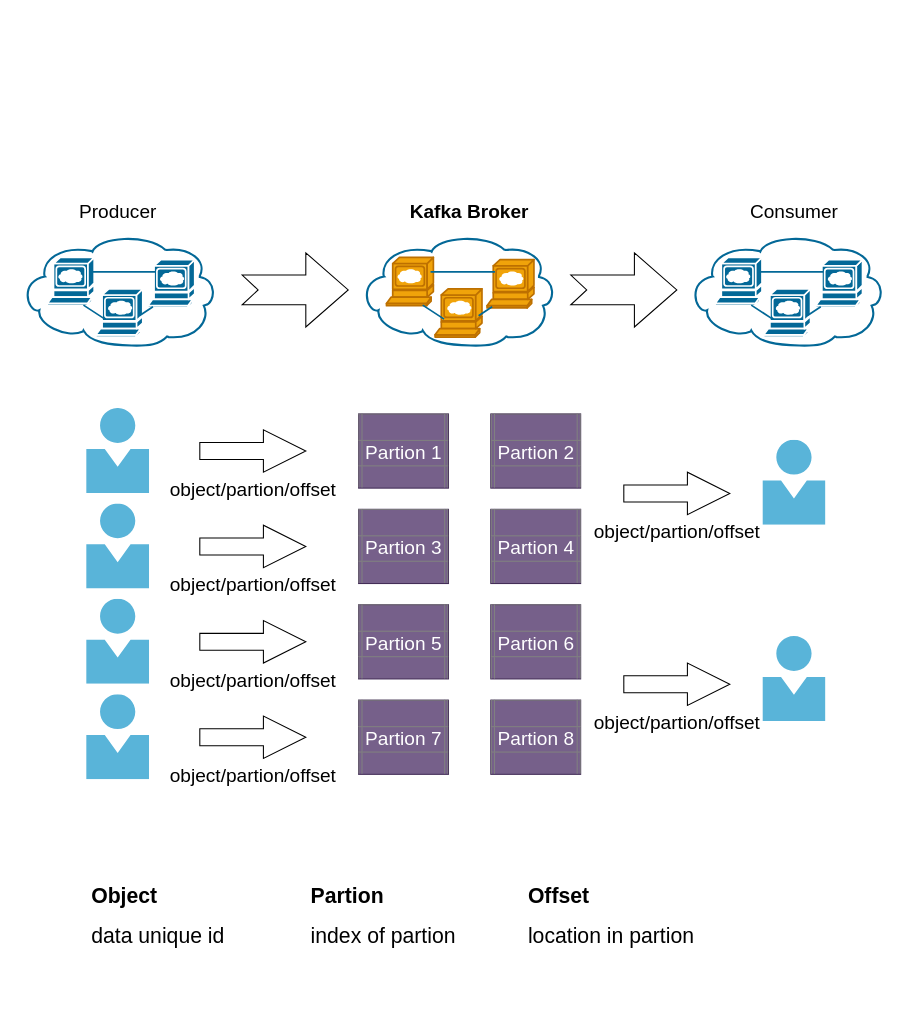
This is Kafka Rationale.drawio from xdlhzdh/drawio, a draw.io file, before an edit. Source tidied: cells renumbered, new cells numbered last; positions are measured from the earlier drawing's top-left corner, leaving out a move shared by most shapes. Both pictures are drawn from the tidied source at 106%, with x=0, y=0 at pixel (19, 201).
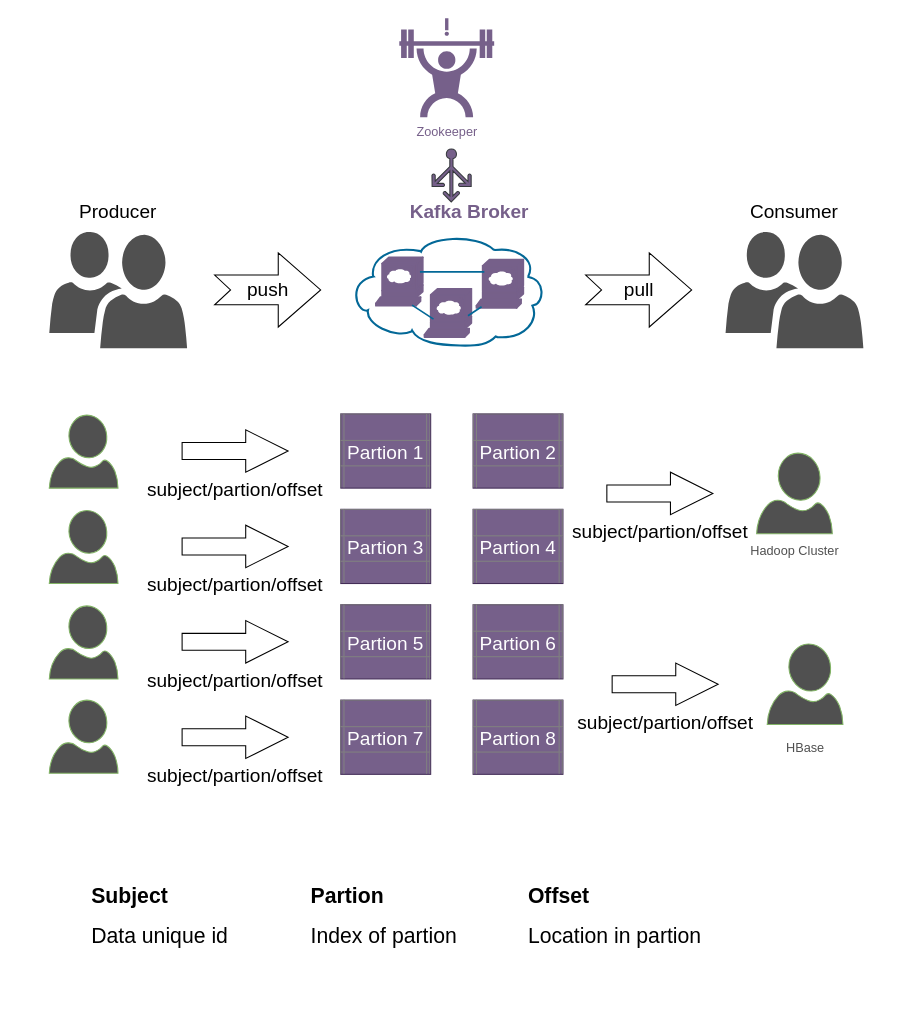
After the change.

The edit, as a diff of the source:
```diff
@@
-    <mxCell id="2" style="shape=mxgraph.cisco.storage.web_cluster;html=1;dashed=0;fillColor=#036897;strokeColor=#ffffff;strokeWidth=2;verticalLabelPosition=bottom;verticalAlign=top;" parent="1" vertex="1">
-      <mxGeometry y="30" width="186" height="106" as="geometry" />
-    </mxCell>
-    <mxCell id="3" style="shape=mxgraph.cisco.storage.web_cluster;html=1;dashed=0;fillColor=#f0a30a;strokeColor=#BD7000;strokeWidth=2;verticalLabelPosition=bottom;verticalAlign=top;fontColor=#ffffff;" parent="1" vertex="1">
-      <mxGeometry x="320" y="30" width="186" height="106" as="geometry" />
+    <mxCell id="3" style="shape=mxgraph.cisco.storage.web_cluster;html=1;dashed=0;fillColor=#76608A;strokeColor=#76608A;strokeWidth=2;verticalLabelPosition=bottom;verticalAlign=top;fontColor=#ffffff;" parent="1" vertex="1">
+      <mxGeometry x="310" y="30" width="186" height="106" as="geometry" />
     </mxCell>
-    <mxCell id="4" style="shape=mxgraph.cisco.storage.web_cluster;html=1;dashed=0;fillColor=#036897;strokeColor=#ffffff;strokeWidth=2;verticalLabelPosition=bottom;verticalAlign=top;" parent="1" vertex="1">
-      <mxGeometry x="630" y="30" width="186" height="106" as="geometry" />
-    </mxCell>
@@
-    <mxCell id="6" value="&lt;b&gt;Kafka Broker&lt;/b&gt;" style="text;html=1;strokeColor=none;fillColor=none;align=center;verticalAlign=middle;whiteSpace=wrap;rounded=0;fontSize=18;" parent="1" vertex="1">
+    <mxCell id="6" value="&lt;b&gt;&lt;font color=&quot;#76608a&quot;&gt;Kafka Broker&lt;/font&gt;&lt;/b&gt;" style="text;html=1;strokeColor=none;fillColor=none;align=center;verticalAlign=middle;whiteSpace=wrap;rounded=0;fontSize=18;" parent="1" vertex="1">
       <mxGeometry x="366" width="117" height="20" as="geometry" />
     </mxCell>
@@
-    <mxCell id="8" style="html=1;shadow=0;dashed=0;align=center;verticalAlign=middle;shape=mxgraph.arrows2.arrow;dy=0.6;dx=40;notch=15;fontSize=18;" parent="1" vertex="1">
-      <mxGeometry x="210" y="48" width="100" height="70" as="geometry" />
+    <mxCell id="8" value="push" style="html=1;shadow=0;dashed=0;align=center;verticalAlign=middle;shape=mxgraph.arrows2.arrow;dy=0.6;dx=40;notch=15;fontSize=18;" parent="1" vertex="1">
+      <mxGeometry x="184" y="48" width="100" height="70" as="geometry" />
     </mxCell>
-    <mxCell id="9" style="html=1;shadow=0;dashed=0;align=center;verticalAlign=middle;shape=mxgraph.arrows2.arrow;dy=0.6;dx=40;notch=15;fontSize=18;" parent="1" vertex="1">
-      <mxGeometry x="520" y="48" width="100" height="70" as="geometry" />
+    <mxCell id="9" value="pull" style="html=1;shadow=0;dashed=0;align=center;verticalAlign=middle;shape=mxgraph.arrows2.arrow;dy=0.6;dx=40;notch=15;fontSize=18;" parent="1" vertex="1">
+      <mxGeometry x="534" y="48" width="100" height="70" as="geometry" />
     </mxCell>
     <mxCell id="10" value="&lt;table border=&quot;1&quot; width=&quot;100%&quot; style=&quot;width: 100% ; height: 100% ; border-collapse: collapse&quot;&gt;&lt;tbody&gt;&lt;tr&gt;&lt;td align=&quot;center&quot;&gt;&lt;br&gt;&lt;/td&gt;&lt;td align=&quot;center&quot;&gt;&lt;br&gt;&lt;/td&gt;&lt;td align=&quot;center&quot;&gt;&lt;br&gt;&lt;/td&gt;&lt;/tr&gt;&lt;tr&gt;&lt;td align=&quot;center&quot;&gt;&lt;br&gt;&lt;/td&gt;&lt;td align=&quot;center&quot;&gt;Partion 1&lt;/td&gt;&lt;td align=&quot;center&quot;&gt;&lt;br&gt;&lt;/td&gt;&lt;/tr&gt;&lt;tr&gt;&lt;td align=&quot;center&quot;&gt;&lt;br&gt;&lt;/td&gt;&lt;td align=&quot;center&quot;&gt;&lt;br&gt;&lt;/td&gt;&lt;td align=&quot;center&quot;&gt;&lt;br&gt;&lt;/td&gt;&lt;/tr&gt;&lt;/tbody&gt;&lt;/table&gt;" style="text;html=1;strokeColor=#432D57;fillColor=#76608a;overflow=fill;fontSize=18;fontColor=#ffffff;" parent="1" vertex="1">
-      <mxGeometry x="319.8" y="200" width="84.8" height="70" as="geometry" />
+      <mxGeometry x="303" y="200" width="84.8" height="70" as="geometry" />
     </mxCell>
     <mxCell id="11" value="&lt;table border=&quot;1&quot; width=&quot;100%&quot; style=&quot;width: 100% ; height: 100% ; border-collapse: collapse&quot;&gt;&lt;tbody&gt;&lt;tr&gt;&lt;td align=&quot;center&quot;&gt;&lt;br&gt;&lt;/td&gt;&lt;td align=&quot;center&quot;&gt;&lt;br&gt;&lt;/td&gt;&lt;td align=&quot;center&quot;&gt;&lt;br&gt;&lt;/td&gt;&lt;/tr&gt;&lt;tr&gt;&lt;td align=&quot;center&quot;&gt;&lt;br&gt;&lt;/td&gt;&lt;td align=&quot;center&quot;&gt;Partion 3&lt;/td&gt;&lt;td align=&quot;center&quot;&gt;&lt;br&gt;&lt;/td&gt;&lt;/tr&gt;&lt;tr&gt;&lt;td align=&quot;center&quot;&gt;&lt;br&gt;&lt;/td&gt;&lt;td align=&quot;center&quot;&gt;&lt;br&gt;&lt;/td&gt;&lt;td align=&quot;center&quot;&gt;&lt;br&gt;&lt;/td&gt;&lt;/tr&gt;&lt;/tbody&gt;&lt;/table&gt;" style="text;html=1;strokeColor=#432D57;fillColor=#76608a;overflow=fill;fontSize=18;fontColor=#ffffff;" parent="1" vertex="1">
-      <mxGeometry x="319.8" y="290" width="84.8" height="70" as="geometry" />
+      <mxGeometry x="303" y="290" width="84.8" height="70" as="geometry" />
     </mxCell>
     <mxCell id="12" value="&lt;table border=&quot;1&quot; width=&quot;100%&quot; style=&quot;width: 100% ; height: 100% ; border-collapse: collapse&quot;&gt;&lt;tbody&gt;&lt;tr&gt;&lt;td align=&quot;center&quot;&gt;&lt;br&gt;&lt;/td&gt;&lt;td align=&quot;center&quot;&gt;&lt;br&gt;&lt;/td&gt;&lt;td align=&quot;center&quot;&gt;&lt;br&gt;&lt;/td&gt;&lt;/tr&gt;&lt;tr&gt;&lt;td align=&quot;center&quot;&gt;&lt;br&gt;&lt;/td&gt;&lt;td align=&quot;center&quot;&gt;Partion 5&lt;/td&gt;&lt;td align=&quot;center&quot;&gt;&lt;br&gt;&lt;/td&gt;&lt;/tr&gt;&lt;tr&gt;&lt;td align=&quot;center&quot;&gt;&lt;br&gt;&lt;/td&gt;&lt;td align=&quot;center&quot;&gt;&lt;br&gt;&lt;/td&gt;&lt;td align=&quot;center&quot;&gt;&lt;br&gt;&lt;/td&gt;&lt;/tr&gt;&lt;/tbody&gt;&lt;/table&gt;" style="text;html=1;strokeColor=#432D57;fillColor=#76608a;overflow=fill;fontSize=18;fontColor=#ffffff;" parent="1" vertex="1">
-      <mxGeometry x="319.8" y="380" width="84.8" height="70" as="geometry" />
+      <mxGeometry x="303" y="380" width="84.8" height="70" as="geometry" />
     </mxCell>
     <mxCell id="13" value="&lt;table border=&quot;1&quot; width=&quot;100%&quot; style=&quot;width: 100% ; height: 100% ; border-collapse: collapse&quot;&gt;&lt;tbody&gt;&lt;tr&gt;&lt;td align=&quot;center&quot;&gt;&lt;br&gt;&lt;/td&gt;&lt;td align=&quot;center&quot;&gt;&lt;br&gt;&lt;/td&gt;&lt;td align=&quot;center&quot;&gt;&lt;br&gt;&lt;/td&gt;&lt;/tr&gt;&lt;tr&gt;&lt;td align=&quot;center&quot;&gt;&lt;br&gt;&lt;/td&gt;&lt;td align=&quot;center&quot;&gt;Partion 7&lt;/td&gt;&lt;td align=&quot;center&quot;&gt;&lt;br&gt;&lt;/td&gt;&lt;/tr&gt;&lt;tr&gt;&lt;td align=&quot;center&quot;&gt;&lt;br&gt;&lt;/td&gt;&lt;td align=&quot;center&quot;&gt;&lt;br&gt;&lt;/td&gt;&lt;td align=&quot;center&quot;&gt;&lt;br&gt;&lt;/td&gt;&lt;/tr&gt;&lt;/tbody&gt;&lt;/table&gt;" style="text;html=1;strokeColor=#432D57;fillColor=#76608a;overflow=fill;fontSize=18;fontColor=#ffffff;" parent="1" vertex="1">
-      <mxGeometry x="319.8" y="470" width="84.8" height="70" as="geometry" />
+      <mxGeometry x="303" y="470" width="84.8" height="70" as="geometry" />
     </mxCell>
     <mxCell id="14" value="&lt;table border=&quot;1&quot; width=&quot;100%&quot; style=&quot;width: 100% ; height: 100% ; border-collapse: collapse&quot;&gt;&lt;tbody&gt;&lt;tr&gt;&lt;td align=&quot;center&quot;&gt;&lt;br&gt;&lt;/td&gt;&lt;td align=&quot;center&quot;&gt;&lt;br&gt;&lt;/td&gt;&lt;td align=&quot;center&quot;&gt;&lt;br&gt;&lt;/td&gt;&lt;/tr&gt;&lt;tr&gt;&lt;td align=&quot;center&quot;&gt;&lt;br&gt;&lt;/td&gt;&lt;td align=&quot;center&quot;&gt;Partion 2&lt;/td&gt;&lt;td align=&quot;center&quot;&gt;&lt;br&gt;&lt;/td&gt;&lt;/tr&gt;&lt;tr&gt;&lt;td align=&quot;center&quot;&gt;&lt;br&gt;&lt;/td&gt;&lt;td align=&quot;center&quot;&gt;&lt;br&gt;&lt;/td&gt;&lt;td align=&quot;center&quot;&gt;&lt;br&gt;&lt;/td&gt;&lt;/tr&gt;&lt;/tbody&gt;&lt;/table&gt;" style="text;html=1;strokeColor=#432D57;fillColor=#76608a;overflow=fill;fontSize=18;fontColor=#ffffff;" parent="1" vertex="1">
-      <mxGeometry x="444.5" y="200" width="84.8" height="70" as="geometry" />
+      <mxGeometry x="427.8" y="200" width="84.8" height="70" as="geometry" />
     </mxCell>
     <mxCell id="15" value="&lt;table border=&quot;1&quot; width=&quot;100%&quot; style=&quot;width: 100% ; height: 100% ; border-collapse: collapse&quot;&gt;&lt;tbody&gt;&lt;tr&gt;&lt;td align=&quot;center&quot;&gt;&lt;br&gt;&lt;/td&gt;&lt;td align=&quot;center&quot;&gt;&lt;br&gt;&lt;/td&gt;&lt;td align=&quot;center&quot;&gt;&lt;br&gt;&lt;/td&gt;&lt;/tr&gt;&lt;tr&gt;&lt;td align=&quot;center&quot;&gt;&lt;br&gt;&lt;/td&gt;&lt;td align=&quot;center&quot;&gt;Partion 4&lt;/td&gt;&lt;td align=&quot;center&quot;&gt;&lt;br&gt;&lt;/td&gt;&lt;/tr&gt;&lt;tr&gt;&lt;td align=&quot;center&quot;&gt;&lt;br&gt;&lt;/td&gt;&lt;td align=&quot;center&quot;&gt;&lt;br&gt;&lt;/td&gt;&lt;td align=&quot;center&quot;&gt;&lt;br&gt;&lt;/td&gt;&lt;/tr&gt;&lt;/tbody&gt;&lt;/table&gt;" style="text;html=1;strokeColor=#432D57;fillColor=#76608a;overflow=fill;fontSize=18;fontColor=#ffffff;" parent="1" vertex="1">
-      <mxGeometry x="444.5" y="290" width="84.8" height="70" as="geometry" />
+      <mxGeometry x="427.8" y="290" width="84.8" height="70" as="geometry" />
     </mxCell>
     <mxCell id="16" value="&lt;table border=&quot;1&quot; width=&quot;100%&quot; style=&quot;width: 100% ; height: 100% ; border-collapse: collapse&quot;&gt;&lt;tbody&gt;&lt;tr&gt;&lt;td align=&quot;center&quot;&gt;&lt;br&gt;&lt;/td&gt;&lt;td align=&quot;center&quot;&gt;&lt;br&gt;&lt;/td&gt;&lt;td align=&quot;center&quot;&gt;&lt;br&gt;&lt;/td&gt;&lt;/tr&gt;&lt;tr&gt;&lt;td align=&quot;center&quot;&gt;&lt;br&gt;&lt;/td&gt;&lt;td align=&quot;center&quot;&gt;Partion 6&lt;/td&gt;&lt;td align=&quot;center&quot;&gt;&lt;br&gt;&lt;/td&gt;&lt;/tr&gt;&lt;tr&gt;&lt;td align=&quot;center&quot;&gt;&lt;br&gt;&lt;/td&gt;&lt;td align=&quot;center&quot;&gt;&lt;br&gt;&lt;/td&gt;&lt;td align=&quot;center&quot;&gt;&lt;br&gt;&lt;/td&gt;&lt;/tr&gt;&lt;/tbody&gt;&lt;/table&gt;" style="text;html=1;strokeColor=#432D57;fillColor=#76608a;overflow=fill;fontSize=18;fontColor=#ffffff;" parent="1" vertex="1">
-      <mxGeometry x="444.5" y="380" width="84.8" height="70" as="geometry" />
+      <mxGeometry x="427.8" y="380" width="84.8" height="70" as="geometry" />
     </mxCell>
     <mxCell id="17" value="&lt;table border=&quot;1&quot; width=&quot;100%&quot; style=&quot;width: 100% ; height: 100% ; border-collapse: collapse&quot;&gt;&lt;tbody&gt;&lt;tr&gt;&lt;td align=&quot;center&quot;&gt;&lt;br&gt;&lt;/td&gt;&lt;td align=&quot;center&quot;&gt;&lt;br&gt;&lt;/td&gt;&lt;td align=&quot;center&quot;&gt;&lt;br&gt;&lt;/td&gt;&lt;/tr&gt;&lt;tr&gt;&lt;td align=&quot;center&quot;&gt;&lt;br&gt;&lt;/td&gt;&lt;td align=&quot;center&quot;&gt;Partion 8&lt;/td&gt;&lt;td align=&quot;center&quot;&gt;&lt;br&gt;&lt;/td&gt;&lt;/tr&gt;&lt;tr&gt;&lt;td align=&quot;center&quot;&gt;&lt;br&gt;&lt;/td&gt;&lt;td align=&quot;center&quot;&gt;&lt;br&gt;&lt;/td&gt;&lt;td align=&quot;center&quot;&gt;&lt;br&gt;&lt;/td&gt;&lt;/tr&gt;&lt;/tbody&gt;&lt;/table&gt;" style="text;html=1;strokeColor=#432D57;fillColor=#76608a;overflow=fill;fontSize=18;fontColor=#ffffff;" parent="1" vertex="1">
-      <mxGeometry x="444.5" y="470" width="84.8" height="70" as="geometry" />
+      <mxGeometry x="427.8" y="470" width="84.8" height="70" as="geometry" />
     </mxCell>
-    <mxCell id="18" style="html=1;align=center;image;fontSize=12;image=img/lib/mscae/Person.svg;" parent="1" vertex="1">
-      <mxGeometry x="63.3" y="194.9" width="59.4" height="80.2" as="geometry" />
-    </mxCell>
-    <mxCell id="19" value="object/partion/offset" style="verticalLabelPosition=bottom;verticalAlign=top;html=1;strokeWidth=1;shape=mxgraph.arrows2.arrow;dy=0.6;dx=40;notch=0;fontSize=18;" parent="1" vertex="1">
-      <mxGeometry x="170" y="215" width="100" height="40" as="geometry" />
+    <mxCell id="19" value="subject/partion/offset" style="verticalLabelPosition=bottom;verticalAlign=top;html=1;strokeWidth=1;shape=mxgraph.arrows2.arrow;dy=0.6;dx=40;notch=0;fontSize=18;" parent="1" vertex="1">
+      <mxGeometry x="153.3" y="215" width="100" height="40" as="geometry" />
     </mxCell>
-    <mxCell id="20" style="html=1;align=center;image;fontSize=12;image=img/lib/mscae/Person.svg;" parent="1" vertex="1">
-      <mxGeometry x="63.3" y="284.9" width="59.4" height="80.2" as="geometry" />
-    </mxCell>
-    <mxCell id="21" style="html=1;align=center;image;fontSize=12;image=img/lib/mscae/Person.svg;" parent="1" vertex="1">
-      <mxGeometry x="63.3" y="374.9" width="59.4" height="80.2" as="geometry" />
-    </mxCell>
-    <mxCell id="22" style="html=1;align=center;image;fontSize=12;image=img/lib/mscae/Person.svg;" parent="1" vertex="1">
-      <mxGeometry x="63.3" y="464.9" width="59.4" height="80.2" as="geometry" />
-    </mxCell>
-    <mxCell id="23" value="object/partion/offset" style="verticalLabelPosition=bottom;verticalAlign=top;html=1;strokeWidth=1;shape=mxgraph.arrows2.arrow;dy=0.6;dx=40;notch=0;fontSize=18;" parent="1" vertex="1">
-      <mxGeometry x="170" y="305" width="100" height="40" as="geometry" />
+    <mxCell id="23" value="subject/partion/offset" style="verticalLabelPosition=bottom;verticalAlign=top;html=1;strokeWidth=1;shape=mxgraph.arrows2.arrow;dy=0.6;dx=40;notch=0;fontSize=18;" parent="1" vertex="1">
+      <mxGeometry x="153.3" y="305" width="100" height="40" as="geometry" />
     </mxCell>
-    <mxCell id="24" value="object/partion/offset" style="verticalLabelPosition=bottom;verticalAlign=top;html=1;strokeWidth=1;shape=mxgraph.arrows2.arrow;dy=0.6;dx=40;notch=0;fontSize=18;" parent="1" vertex="1">
-      <mxGeometry x="170" y="395" width="100" height="40" as="geometry" />
+    <mxCell id="24" value="subject/partion/offset" style="verticalLabelPosition=bottom;verticalAlign=top;html=1;strokeWidth=1;shape=mxgraph.arrows2.arrow;dy=0.6;dx=40;notch=0;fontSize=18;" parent="1" vertex="1">
+      <mxGeometry x="153.3" y="395" width="100" height="40" as="geometry" />
     </mxCell>
-    <mxCell id="25" value="object/partion/offset" style="verticalLabelPosition=bottom;verticalAlign=top;html=1;strokeWidth=1;shape=mxgraph.arrows2.arrow;dy=0.6;dx=40;notch=0;fontSize=18;" parent="1" vertex="1">
-      <mxGeometry x="170" y="485" width="100" height="40" as="geometry" />
+    <mxCell id="25" value="subject/partion/offset" style="verticalLabelPosition=bottom;verticalAlign=top;html=1;strokeWidth=1;shape=mxgraph.arrows2.arrow;dy=0.6;dx=40;notch=0;fontSize=18;" parent="1" vertex="1">
+      <mxGeometry x="153.3" y="485" width="100" height="40" as="geometry" />
     </mxCell>
-    <mxCell id="26" style="html=1;align=center;image;fontSize=12;image=img/lib/mscae/Person.svg;imageBackground=#ffffff;" parent="1" vertex="1">
-      <mxGeometry x="701.3" y="224.8" width="59.4" height="80.2" as="geometry" />
-    </mxCell>
-    <mxCell id="27" style="html=1;align=center;image;fontSize=12;image=img/lib/mscae/Person.svg;" parent="1" vertex="1">
-      <mxGeometry x="701.3" y="410" width="59.4" height="80.2" as="geometry" />
-    </mxCell>
-    <mxCell id="28" value="object/partion/offset" style="verticalLabelPosition=bottom;verticalAlign=top;html=1;strokeWidth=1;shape=mxgraph.arrows2.arrow;dy=0.6;dx=40;notch=0;fontSize=18;" parent="1" vertex="1">
-      <mxGeometry x="570" y="255" width="100" height="40" as="geometry" />
+    <mxCell id="28" value="subject/partion/offset" style="verticalLabelPosition=bottom;verticalAlign=top;html=1;strokeWidth=1;shape=mxgraph.arrows2.arrow;dy=0.6;dx=40;notch=0;fontSize=18;" parent="1" vertex="1">
+      <mxGeometry x="554" y="255" width="100" height="40" as="geometry" />
     </mxCell>
-    <mxCell id="29" value="object/partion/offset" style="verticalLabelPosition=bottom;verticalAlign=top;html=1;strokeWidth=1;shape=mxgraph.arrows2.arrow;dy=0.6;dx=40;notch=0;fontSize=18;" parent="1" vertex="1">
-      <mxGeometry x="570" y="435" width="100" height="40" as="geometry" />
+    <mxCell id="29" value="subject/partion/offset" style="verticalLabelPosition=bottom;verticalAlign=top;html=1;strokeWidth=1;shape=mxgraph.arrows2.arrow;dy=0.6;dx=40;notch=0;fontSize=18;" parent="1" vertex="1">
+      <mxGeometry x="559" y="435" width="100" height="40" as="geometry" />
     </mxCell>
-    <mxCell id="30" value="&lt;h1 style=&quot;font-size: 20px&quot;&gt;&lt;font style=&quot;font-size: 20px&quot;&gt;Object&lt;/font&gt;&lt;/h1&gt;&lt;div style=&quot;font-size: 20px&quot;&gt;&lt;font style=&quot;font-size: 20px&quot;&gt;data unique id&lt;/font&gt;&lt;/div&gt;" style="text;html=1;strokeColor=none;fillColor=none;spacing=5;spacingTop=-20;whiteSpace=wrap;overflow=hidden;rounded=0;fontSize=18;" parent="1" vertex="1">
+    <mxCell id="30" value="&lt;h1 style=&quot;font-size: 20px&quot;&gt;Subject&lt;/h1&gt;&lt;div style=&quot;font-size: 20px&quot;&gt;&lt;font style=&quot;font-size: 20px&quot;&gt;Data unique id&lt;/font&gt;&lt;/div&gt;" style="text;html=1;strokeColor=none;fillColor=none;spacing=5;spacingTop=-20;whiteSpace=wrap;overflow=hidden;rounded=0;fontSize=18;" parent="1" vertex="1">
       <mxGeometry x="63.3" y="640" width="190" height="120" as="geometry" />
     </mxCell>
-    <mxCell id="31" value="&lt;h1 style=&quot;font-size: 20px&quot;&gt;&lt;font style=&quot;font-size: 20px&quot;&gt;Partion&lt;/font&gt;&lt;/h1&gt;&lt;div style=&quot;font-size: 20px&quot;&gt;&lt;font style=&quot;font-size: 20px&quot;&gt;index of partion&lt;/font&gt;&lt;/div&gt;" style="text;html=1;strokeColor=none;fillColor=none;spacing=5;spacingTop=-20;whiteSpace=wrap;overflow=hidden;rounded=0;fontSize=18;" parent="1" vertex="1">
+    <mxCell id="31" value="&lt;h1 style=&quot;font-size: 20px&quot;&gt;&lt;font style=&quot;font-size: 20px&quot;&gt;Partion&lt;/font&gt;&lt;/h1&gt;&lt;div style=&quot;font-size: 20px&quot;&gt;&lt;font style=&quot;font-size: 20px&quot;&gt;Index of partion&lt;/font&gt;&lt;/div&gt;" style="text;html=1;strokeColor=none;fillColor=none;spacing=5;spacingTop=-20;whiteSpace=wrap;overflow=hidden;rounded=0;fontSize=18;" parent="1" vertex="1">
       <mxGeometry x="270" y="640" width="190" height="120" as="geometry" />
     </mxCell>
-    <mxCell id="32" value="&lt;h1 style=&quot;font-size: 20px&quot;&gt;&lt;font style=&quot;font-size: 20px&quot;&gt;Offset&lt;/font&gt;&lt;/h1&gt;&lt;div style=&quot;font-size: 20px&quot;&gt;&lt;font style=&quot;font-size: 20px&quot;&gt;location in partion&lt;/font&gt;&lt;/div&gt;" style="text;html=1;strokeColor=none;fillColor=none;spacing=5;spacingTop=-20;whiteSpace=wrap;overflow=hidden;rounded=0;fontSize=18;" parent="1" vertex="1">
+    <mxCell id="32" value="&lt;h1 style=&quot;font-size: 20px&quot;&gt;&lt;font style=&quot;font-size: 20px&quot;&gt;Offset&lt;/font&gt;&lt;/h1&gt;&lt;div style=&quot;font-size: 20px&quot;&gt;&lt;font style=&quot;font-size: 20px&quot;&gt;Location in partion&lt;/font&gt;&lt;/div&gt;" style="text;html=1;strokeColor=none;fillColor=none;spacing=5;spacingTop=-20;whiteSpace=wrap;overflow=hidden;rounded=0;fontSize=18;" parent="1" vertex="1">
       <mxGeometry x="475" y="640" width="190" height="120" as="geometry" />
     </mxCell>
+    <mxCell id="33" value="&lt;font color=&quot;#505050&quot;&gt;Hadoop Cluster&lt;/font&gt;" style="text;html=1;align=center;verticalAlign=middle;" parent="1" vertex="1">
+      <mxGeometry x="681" y="320.1" width="100" height="20" as="geometry" />
+    </mxCell>
+    <mxCell id="34" value="&lt;font color=&quot;#505050&quot;&gt;HBase&lt;/font&gt;" style="text;html=1;align=center;verticalAlign=middle;" parent="1" vertex="1">
+      <mxGeometry x="716" y="505" width="50" height="20" as="geometry" />
+    </mxCell>
+    <mxCell id="35" style="shadow=0;dashed=0;html=1;strokeColor=#82b366;labelPosition=center;verticalLabelPosition=bottom;verticalAlign=top;align=center;fillColor=#505050;shape=mxgraph.azure.user;" parent="1" vertex="1">
+      <mxGeometry x="705.3" y="417" width="71.4" height="76" as="geometry" />
+    </mxCell>
+    <mxCell id="36" style="shadow=0;dashed=0;html=1;strokeColor=#82b366;labelPosition=center;verticalLabelPosition=bottom;verticalAlign=top;align=center;fillColor=#505050;shape=mxgraph.azure.user;" parent="1" vertex="1">
+      <mxGeometry x="695.3" y="237" width="71.4" height="76" as="geometry" />
+    </mxCell>
+    <mxCell id="37" style="shadow=0;dashed=0;html=1;strokeColor=#82b366;labelPosition=center;verticalLabelPosition=bottom;verticalAlign=top;align=center;fillColor=#505050;shape=mxgraph.azure.user;" parent="1" vertex="1">
+      <mxGeometry x="28" y="201.1" width="64.8" height="68.9" as="geometry" />
+    </mxCell>
+    <mxCell id="38" value="&lt;font color=&quot;#76608a&quot;&gt;Zookeeper&lt;/font&gt;" style="shadow=0;dashed=0;html=1;strokeColor=none;labelPosition=center;verticalLabelPosition=bottom;verticalAlign=top;align=center;fillColor=#76608A;shape=mxgraph.mscae.enterprise.load_testing;" parent="1" vertex="1">
+      <mxGeometry x="358.2" y="-173.2" width="89.5" height="93.2" as="geometry" />
+    </mxCell>
+    <mxCell id="39" style="shadow=0;dashed=0;html=1;strokeColor=#36393d;labelPosition=center;verticalLabelPosition=bottom;verticalAlign=top;align=center;fillColor=#76608A;shape=mxgraph.azure.load_balancer_generic;" parent="1" vertex="1">
+      <mxGeometry x="389" y="-50" width="37" height="50" as="geometry" />
+    </mxCell>
+    <mxCell id="40" style="shadow=0;dashed=0;html=1;strokeColor=none;labelPosition=center;verticalLabelPosition=bottom;verticalAlign=top;align=center;fillColor=#505050;shape=mxgraph.mscae.intune.user_group;" parent="1" vertex="1">
+      <mxGeometry x="28" y="28" width="130" height="110" as="geometry" />
+    </mxCell>
+    <mxCell id="41" style="shadow=0;dashed=0;html=1;strokeColor=none;labelPosition=center;verticalLabelPosition=bottom;verticalAlign=top;align=center;fillColor=#505050;shape=mxgraph.mscae.intune.user_group;" parent="1" vertex="1">
+      <mxGeometry x="666" y="28" width="130" height="110" as="geometry" />
+    </mxCell>
+    <mxCell id="42" style="shadow=0;dashed=0;html=1;strokeColor=#82b366;labelPosition=center;verticalLabelPosition=bottom;verticalAlign=top;align=center;fillColor=#505050;shape=mxgraph.azure.user;" parent="1" vertex="1">
+      <mxGeometry x="28" y="291.1" width="64.8" height="68.9" as="geometry" />
+    </mxCell>
+    <mxCell id="43" style="shadow=0;dashed=0;html=1;strokeColor=#82b366;labelPosition=center;verticalLabelPosition=bottom;verticalAlign=top;align=center;fillColor=#505050;shape=mxgraph.azure.user;" parent="1" vertex="1">
+      <mxGeometry x="28" y="381.1" width="64.8" height="68.9" as="geometry" />
+    </mxCell>
+    <mxCell id="44" style="shadow=0;dashed=0;html=1;strokeColor=#82b366;labelPosition=center;verticalLabelPosition=bottom;verticalAlign=top;align=center;fillColor=#505050;shape=mxgraph.azure.user;" parent="1" vertex="1">
+      <mxGeometry x="28" y="470" width="64.8" height="68.9" as="geometry" />
+    </mxCell>
```
